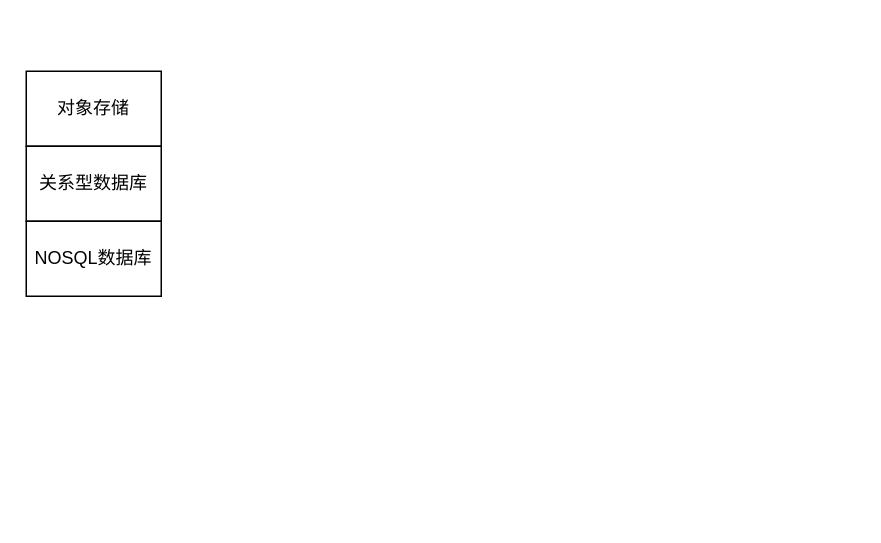
Above: datalake_aws.drawio in jimmycheng603/findmaven (draw.io), before the change. Source tidied: cells renumbered, new cells numbered last; positions are measured from the earlier drawing's top-left corner, leaving out a move shared by most shapes. Both pictures are drawn from the tidied source at 150%, with x=0, y=0 at pixel (26, 70).
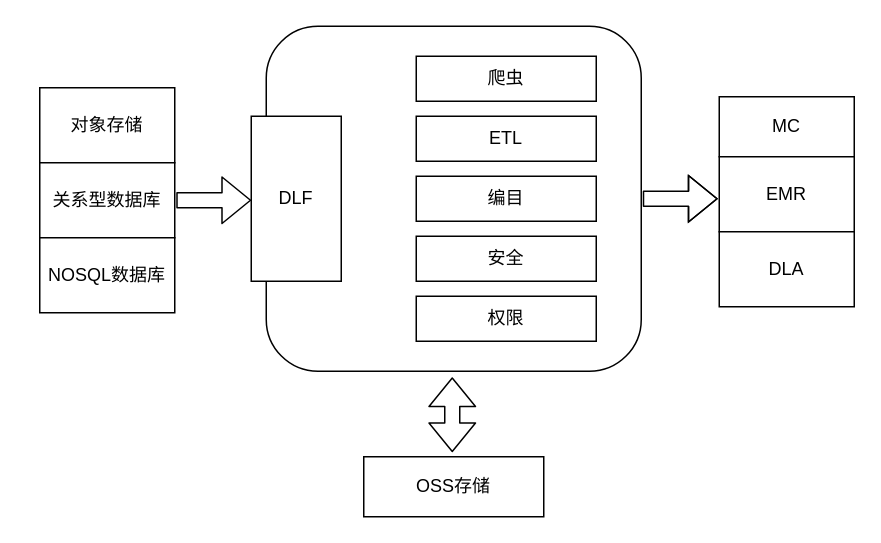
The same diagram, later.

The edit, as a diff of the source:
```diff
@@
+    <mxCell id="5" style="shape=flexArrow;endArrow=classic;html=1;" parent="1" edge="1">
+      <mxGeometry relative="1" as="geometry">
+        <mxPoint x="100" y="86" as="sourcePoint" />
+        <mxPoint x="150" y="86" as="targetPoint" />
+      </mxGeometry>
+    </mxCell>
+    <mxCell id="6" style="rounded=1;whiteSpace=wrap;html=1;" parent="1" vertex="1">
+      <mxGeometry x="160" y="-30" width="250" height="230" as="geometry" />
+    </mxCell>
+    <mxCell id="7" value="爬虫" style="rounded=0;whiteSpace=wrap;html=1;" parent="1" vertex="1">
+      <mxGeometry x="260" y="-10" width="120" height="30" as="geometry" />
+    </mxCell>
+    <mxCell id="8" value="ETL" style="rounded=0;whiteSpace=wrap;html=1;" parent="1" vertex="1">
+      <mxGeometry x="260" y="30" width="120" height="30" as="geometry" />
+    </mxCell>
+    <mxCell id="9" value="编目" style="rounded=0;whiteSpace=wrap;html=1;" parent="1" vertex="1">
+      <mxGeometry x="260" y="70" width="120" height="30" as="geometry" />
+    </mxCell>
+    <mxCell id="10" value="安全" style="rounded=0;whiteSpace=wrap;html=1;" parent="1" vertex="1">
+      <mxGeometry x="260" y="110" width="120" height="30" as="geometry" />
+    </mxCell>
+    <mxCell id="11" value="权限" style="rounded=0;whiteSpace=wrap;html=1;" parent="1" vertex="1">
+      <mxGeometry x="260" y="150" width="120" height="30" as="geometry" />
+    </mxCell>
+    <mxCell id="12" style="group;" parent="1" vertex="1">
+      <mxGeometry x="9" y="11" width="90" height="150" as="geometry" />
+    </mxCell>
-    <mxCell id="2" value="对象存储" style="rounded=0;whiteSpace=wrap;html=1;" parent="1" vertex="1">
+    <mxCell id="2" value="对象存储" style="rounded=0;whiteSpace=wrap;html=1;" parent="12" vertex="1">
       <mxGeometry width="90" height="50" as="geometry" />
     </mxCell>
-    <mxCell id="3" value="关系型数据库" style="rounded=0;whiteSpace=wrap;html=1;" parent="1" vertex="1">
+    <mxCell id="3" value="关系型数据库" style="rounded=0;whiteSpace=wrap;html=1;" parent="12" vertex="1">
       <mxGeometry y="50" width="90" height="50" as="geometry" />
     </mxCell>
-    <mxCell id="4" value="NOSQL数据库" style="rounded=0;whiteSpace=wrap;html=1;" parent="1" vertex="1">
+    <mxCell id="4" value="NOSQL数据库" style="rounded=0;whiteSpace=wrap;html=1;" parent="12" vertex="1">
       <mxGeometry y="100" width="90" height="50" as="geometry" />
     </mxCell>
+    <mxCell id="13" value="OSS存储" style="rounded=0;whiteSpace=wrap;html=1;" parent="1" vertex="1">
+      <mxGeometry x="225" y="257" width="120" height="40" as="geometry" />
+    </mxCell>
+    <mxCell id="14" style="shape=flexArrow;endArrow=classic;startArrow=classic;html=1;" parent="1" edge="1">
+      <mxGeometry relative="1" as="geometry">
+        <mxPoint x="284" y="254" as="sourcePoint" />
+        <mxPoint x="284" y="204" as="targetPoint" />
+      </mxGeometry>
+    </mxCell>
+    <mxCell id="15" value="DLF" style="rounded=0;whiteSpace=wrap;html=1;" parent="1" vertex="1">
+      <mxGeometry x="150" y="30" width="60" height="110" as="geometry" />
+    </mxCell>
+    <mxCell id="16" style="shape=flexArrow;endArrow=classic;html=1;" parent="1" edge="1">
+      <mxGeometry relative="1" as="geometry">
+        <mxPoint x="411" y="85" as="sourcePoint" />
+        <mxPoint x="461" y="85" as="targetPoint" />
+        <Array as="points">
+          <mxPoint x="631" y="85" />
+        </Array>
+      </mxGeometry>
+    </mxCell>
+    <mxCell id="17" style="group;" parent="1" vertex="1">
+      <mxGeometry x="462" y="17" width="90" height="140" as="geometry" />
+    </mxCell>
+    <mxCell id="18" value="MC" style="rounded=0;whiteSpace=wrap;html=1;" parent="17" vertex="1">
+      <mxGeometry width="90" height="40" as="geometry" />
+    </mxCell>
+    <mxCell id="19" value="EMR" style="rounded=0;whiteSpace=wrap;html=1;" parent="17" vertex="1">
+      <mxGeometry y="40" width="90" height="50" as="geometry" />
+    </mxCell>
+    <mxCell id="20" value="DLA" style="rounded=0;whiteSpace=wrap;html=1;" parent="17" vertex="1">
+      <mxGeometry y="90" width="90" height="50" as="geometry" />
+    </mxCell>
```
